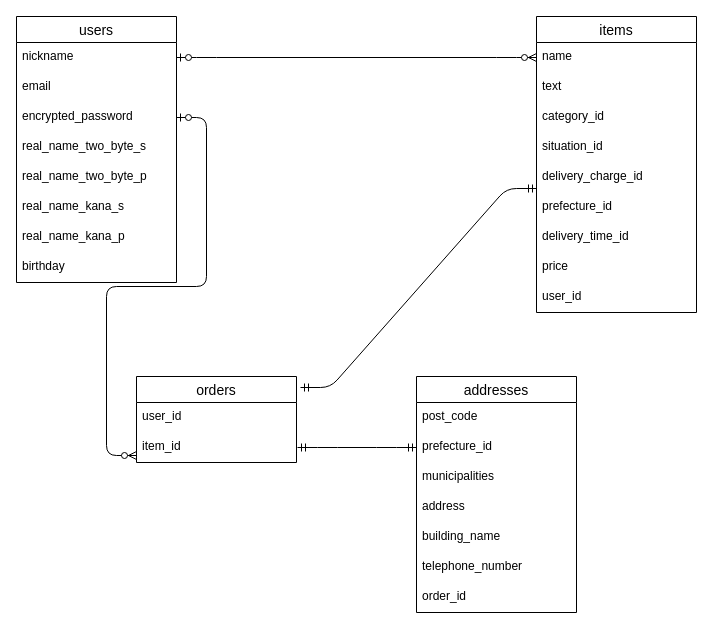
Earlier version of the draw.io diagram test.dio (Git-junior/furima-36709). Source tidied: cells renumbered, new cells numbered last; positions are measured from the earlier drawing's top-left corner, leaving out a move shared by most shapes. Both pictures are drawn from the tidied source at 100%, with x=0, y=0 at pixel (16, 16).
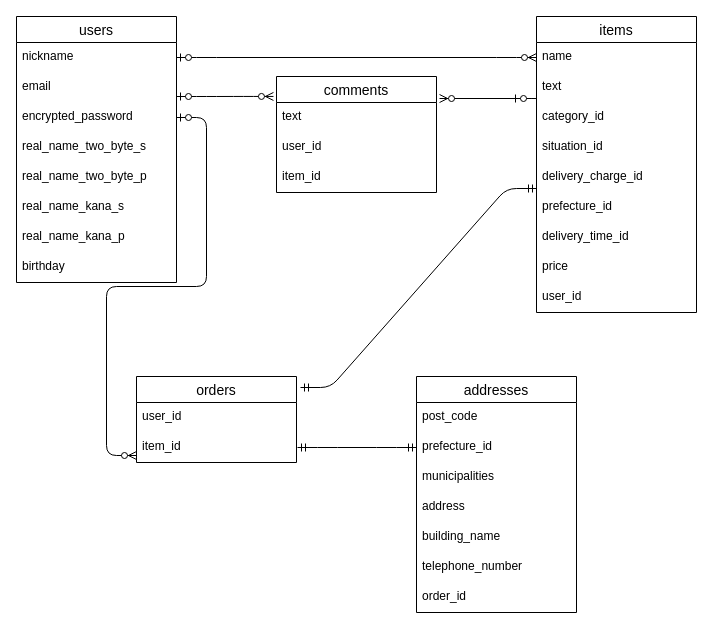
Above is the later version.

Commit message:
ER図の編集（commentsテーブル）

Diff of the diagram source:
```diff
@@
+    <mxCell id="36" value="comments" style="swimlane;fontStyle=0;horizontal=1;startSize=26;align=center;fontSize=14;" parent="1" vertex="1">
+      <mxGeometry x="260" y="60" width="160" height="116" as="geometry" />
+    </mxCell>
+    <mxCell id="37" value="text" style="text;strokeColor=none;fillColor=none;spacingLeft=4;spacingRight=4;overflow=hidden;points=[[0,0.5],[1,0.5]];portConstraint=eastwest;fontSize=12;" parent="36" vertex="1">
+      <mxGeometry y="26" width="160" height="30" as="geometry" />
+    </mxCell>
+    <mxCell id="38" value="user_id" style="text;strokeColor=none;fillColor=none;spacingLeft=4;spacingRight=4;overflow=hidden;fontSize=12;" parent="36" vertex="1">
+      <mxGeometry y="56" width="160" height="30" as="geometry" />
+    </mxCell>
+    <mxCell id="39" value="item_id" style="text;strokeColor=none;fillColor=none;spacingLeft=4;spacingRight=4;overflow=hidden;fontSize=12;" parent="36" vertex="1">
+      <mxGeometry y="86" width="160" height="30" as="geometry" />
+    </mxCell>
+    <mxCell id="40" style="edgeStyle=entityRelationEdgeStyle;fontSize=12;html=1;endArrow=ERzeroToMany;startArrow=ERzeroToOne;entryX=1.019;entryY=-0.133;entryDx=0;entryDy=0;entryPerimeter=0;exitX=1.019;exitY=-0.133;exitDx=0;exitDy=0;exitPerimeter=0;" parent="36" edge="1" target="37">
+      <mxGeometry relative="1" as="geometry">
+        <mxPoint x="235" y="22" as="sourcePoint" />
+      </mxGeometry>
+    </mxCell>
+    <mxCell id="41" style="edgeStyle=entityRelationEdgeStyle;fontSize=12;html=1;endArrow=ERzeroToMany;startArrow=ERzeroToOne;entryX=-0.019;entryY=0.172;entryDx=0;entryDy=0;entryPerimeter=0;" parent="1" edge="1" target="36">
+      <mxGeometry relative="1" as="geometry">
+        <mxPoint x="160" y="80" as="sourcePoint" />
+      </mxGeometry>
+    </mxCell>
```
